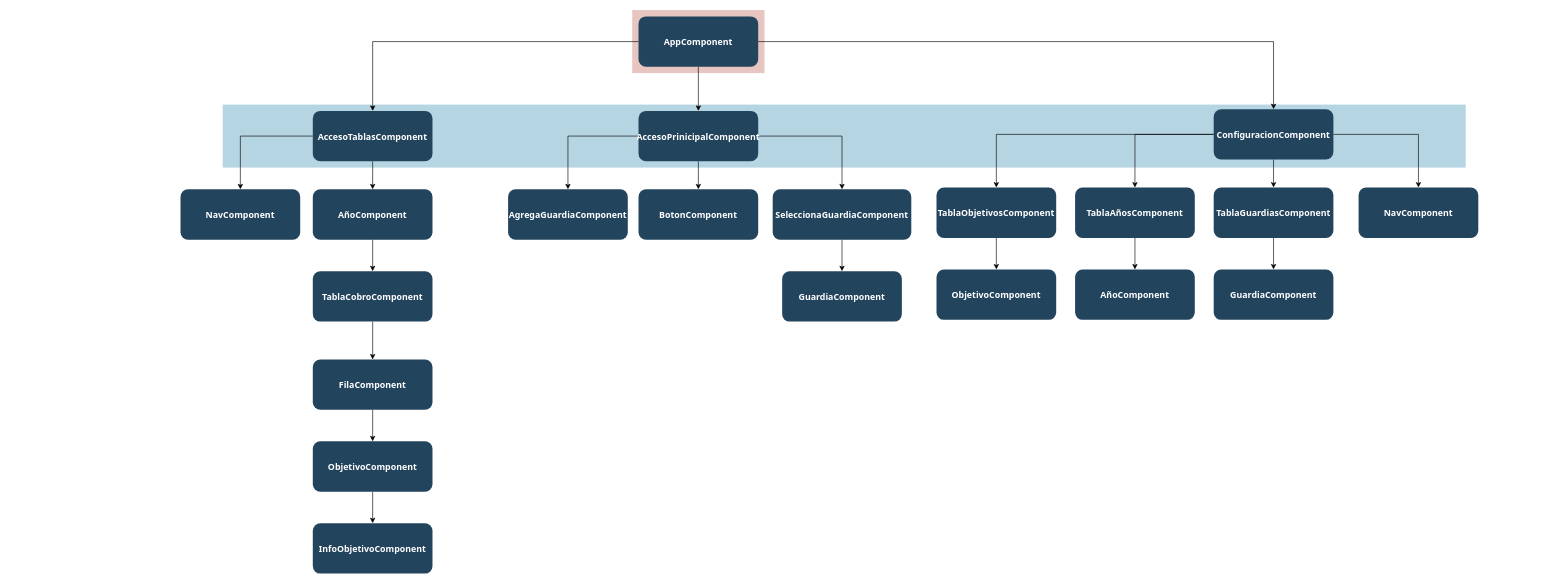
Earlier version of the draw.io diagram Diagrama de componentes Angular.drawio (diegorus92/CalculadoraSueldoGuardias). Source tidied: cells renumbered, new cells numbered last; positions are measured from the earlier drawing's top-left corner, leaving out a move shared by most shapes. Both pictures are drawn from the tidied source at 63%, with x=0, y=0 at pixel (180, 10).
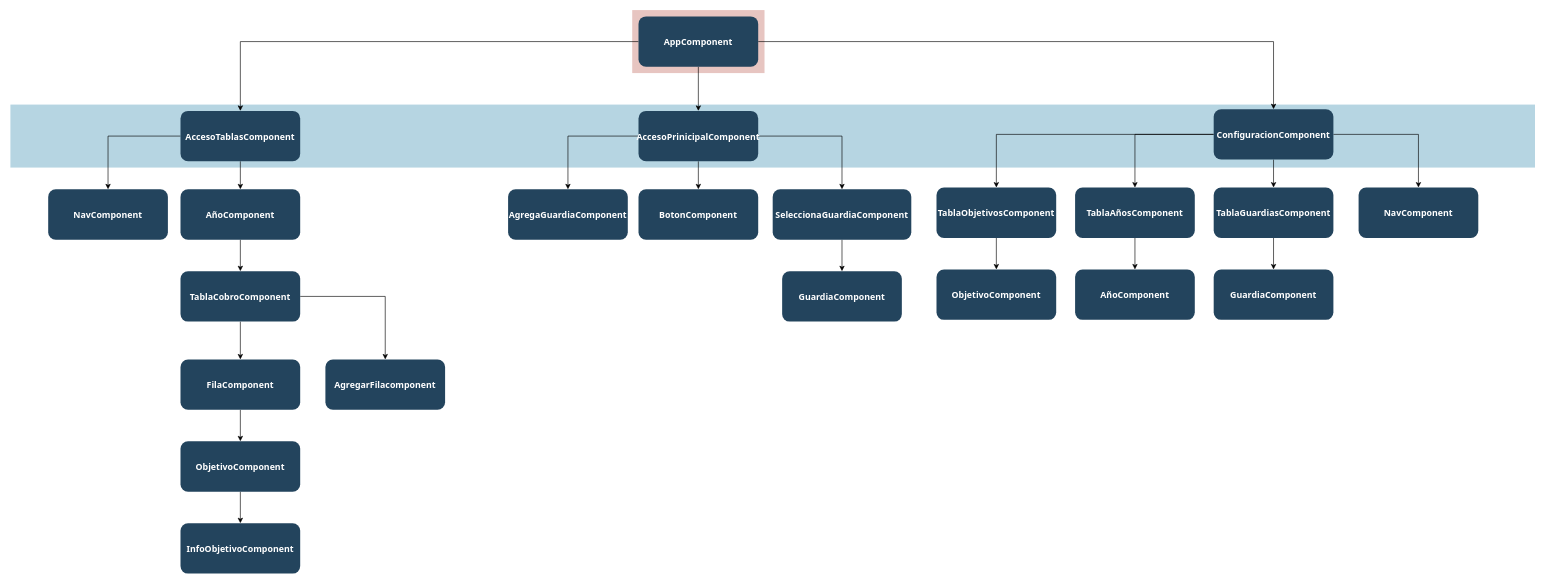
The same page after the edit.

Change to the diagram source:
```diff
@@
     <mxCell id="3" style="fillColor=#10739E;strokeColor=none;opacity=30;" parent="1" vertex="1">
-      <mxGeometry x="67" y="149.5" width="1973" height="100" as="geometry" />
+      <mxGeometry x="-270" y="149.5" width="2420" height="100" as="geometry" />
     </mxCell>
@@
     <mxCell id="19" value="AccesoTablasComponent" style="rounded=1;fillColor=#23445D;gradientColor=none;strokeColor=none;fontColor=#FFFFFF;fontStyle=1;fontFamily=Tahoma;fontSize=14;" parent="1" vertex="1">
-      <mxGeometry x="210" y="159.5" width="190" height="80" as="geometry" />
+      <mxGeometry y="159.5" width="190" height="80" as="geometry" />
     </mxCell>
@@
     <mxCell id="21" value="AñoComponent" style="rounded=1;fillColor=#23445D;gradientColor=none;strokeColor=none;fontColor=#FFFFFF;fontStyle=1;fontFamily=Tahoma;fontSize=14;" parent="1" vertex="1">
-      <mxGeometry x="210" y="284" width="190" height="80" as="geometry" />
+      <mxGeometry y="284" width="190" height="80" as="geometry" />
     </mxCell>
@@
+    <mxCell id="45" style="edgeStyle=orthogonalEdgeStyle;rounded=0;jettySize=auto;html=1;exitX=1;exitY=0.5;exitDx=0;exitDy=0;entryX=0.5;entryY=0;entryDx=0;entryDy=0;" parent="1" edge="1" source="23" target="46">
+      <mxGeometry relative="1" as="geometry" />
+    </mxCell>
     <mxCell id="23" value="TablaCobroComponent" style="rounded=1;fillColor=#23445D;gradientColor=none;strokeColor=none;fontColor=#FFFFFF;fontStyle=1;fontFamily=Tahoma;fontSize=14;" parent="1" vertex="1">
-      <mxGeometry x="210" y="414" width="190" height="80" as="geometry" />
+      <mxGeometry y="414" width="190" height="80" as="geometry" />
     </mxCell>
     <mxCell id="24" value="NavComponent" style="rounded=1;fillColor=#23445D;gradientColor=none;strokeColor=none;fontColor=#FFFFFF;fontStyle=1;fontFamily=Tahoma;fontSize=14;" parent="1" vertex="1">
-      <mxGeometry y="284" width="190" height="80" as="geometry" />
+      <mxGeometry x="-210" y="284" width="190" height="80" as="geometry" />
     </mxCell>
@@
     <mxCell id="41" value="ObjetivoComponent" style="rounded=1;fillColor=#23445D;gradientColor=none;strokeColor=none;fontColor=#FFFFFF;fontStyle=1;fontFamily=Tahoma;fontSize=14;" parent="1" vertex="1">
-      <mxGeometry x="210" y="684" width="190" height="80" as="geometry" />
+      <mxGeometry y="684" width="190" height="80" as="geometry" />
     </mxCell>
@@
     <mxCell id="43" value="FilaComponent" style="rounded=1;fillColor=#23445D;gradientColor=none;strokeColor=none;fontColor=#FFFFFF;fontStyle=1;fontFamily=Tahoma;fontSize=14;" parent="1" vertex="1">
-      <mxGeometry x="210" y="554" width="190" height="80" as="geometry" />
+      <mxGeometry y="554" width="190" height="80" as="geometry" />
     </mxCell>
     <mxCell id="44" value="InfoObjetivoComponent" style="rounded=1;fillColor=#23445D;gradientColor=none;strokeColor=none;fontColor=#FFFFFF;fontStyle=1;fontFamily=Tahoma;fontSize=14;" parent="1" vertex="1">
-      <mxGeometry x="210" y="814" width="190" height="80" as="geometry" />
+      <mxGeometry y="814" width="190" height="80" as="geometry" />
     </mxCell>
+    <mxCell id="46" value="AgregarFilacomponent" style="rounded=1;fillColor=#23445D;gradientColor=none;strokeColor=none;fontColor=#FFFFFF;fontStyle=1;fontFamily=Tahoma;fontSize=14;" parent="1" vertex="1">
+      <mxGeometry x="230" y="554" width="190" height="80" as="geometry" />
+    </mxCell>
```
